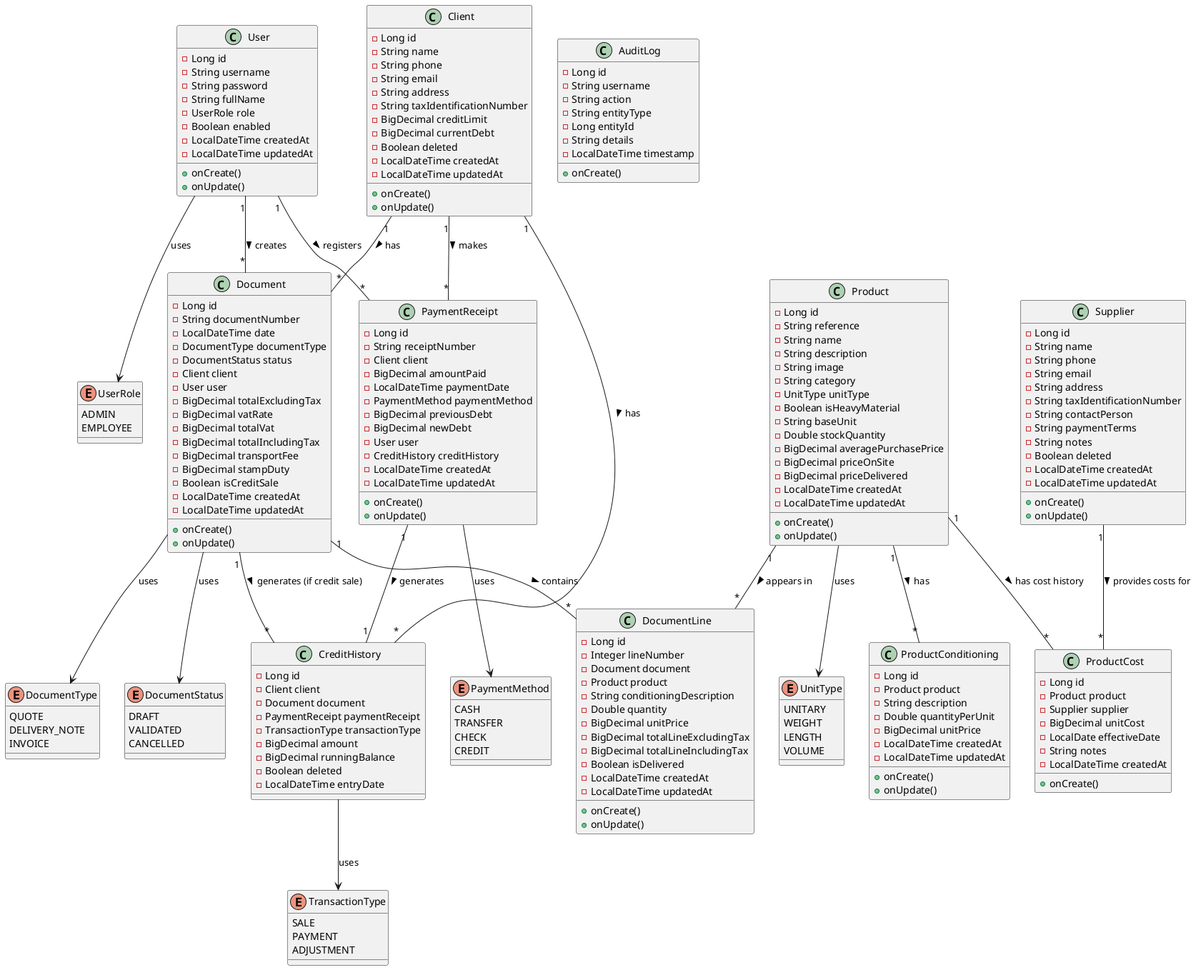
Before: docs/images/Hardware-Store-Class-Diagram.png, a diagram exported from PlantUML (mAmineChniti/hardware_store). Its diagram source:
```plantuml
@startuml Hardware Store Class Diagram


enum UserRole {
  ADMIN
  EMPLOYEE
}

enum UnitType {
  UNITARY
  WEIGHT
  LENGTH
  VOLUME
}

enum DocumentType {
  QUOTE
  DELIVERY_NOTE
  INVOICE
}

enum DocumentStatus {
  DRAFT
  VALIDATED
  CANCELLED
}

enum PaymentMethod {
  CASH
  TRANSFER
  CHECK
  CREDIT
}

enum TransactionType {
  SALE
  PAYMENT
  ADJUSTMENT
}


class User {
  - Long id
  - String username
  - String password
  - String fullName
  - UserRole role
  - Boolean enabled
  - LocalDateTime createdAt
  - LocalDateTime updatedAt
  + onCreate()
  + onUpdate()
}

class Client {
  - Long id
  - String name
  - String phone
  - String email
  - String address
  - String taxIdentificationNumber
  - BigDecimal creditLimit
  - BigDecimal currentDebt
  - Boolean deleted
  - LocalDateTime createdAt
  - LocalDateTime updatedAt
  + onCreate()
  + onUpdate()
}

class Supplier {
  - Long id
  - String name
  - String phone
  - String email
  - String address
  - String taxIdentificationNumber
  - String contactPerson
  - String paymentTerms
  - String notes
  - Boolean deleted
  - LocalDateTime createdAt
  - LocalDateTime updatedAt
  + onCreate()
  + onUpdate()
}

class Product {
  - Long id
  - String reference
  - String name
  - String description
  - String image
  - String category
  - UnitType unitType
  - Boolean isHeavyMaterial
  - String baseUnit
  - Double stockQuantity
  - BigDecimal averagePurchasePrice
  - BigDecimal priceOnSite
  - BigDecimal priceDelivered
  - LocalDateTime createdAt
  - LocalDateTime updatedAt
  + onCreate()
  + onUpdate()
}

class ProductConditioning {
  - Long id
  - Product product
  - String description
  - Double quantityPerUnit
  - BigDecimal unitPrice
  - LocalDateTime createdAt
  - LocalDateTime updatedAt
  + onCreate()
  + onUpdate()
}

class ProductCost {
  - Long id
  - Product product
  - Supplier supplier
  - BigDecimal unitCost
  - LocalDate effectiveDate
  - String notes
  - LocalDateTime createdAt
  + onCreate()
}

class Document {
  - Long id
  - String documentNumber
  - LocalDateTime date
  - DocumentType documentType
  - DocumentStatus status
  - Client client
  - User user
  - BigDecimal totalExcludingTax
  - BigDecimal vatRate
  - BigDecimal totalVat
  - BigDecimal totalIncludingTax
  - BigDecimal transportFee
  - BigDecimal stampDuty
  - Boolean isCreditSale
  - LocalDateTime createdAt
  - LocalDateTime updatedAt
  + onCreate()
  + onUpdate()
}

class DocumentLine {
  - Long id
  - Integer lineNumber
  - Document document
  - Product product
  - String conditioningDescription
  - Double quantity
  - BigDecimal unitPrice
  - BigDecimal totalLineExcludingTax
  - BigDecimal totalLineIncludingTax
  - Boolean isDelivered
  - LocalDateTime createdAt
  - LocalDateTime updatedAt
  + onCreate()
  + onUpdate()
}

class PaymentReceipt {
  - Long id
  - String receiptNumber
  - Client client
  - BigDecimal amountPaid
  - LocalDateTime paymentDate
  - PaymentMethod paymentMethod
  - BigDecimal previousDebt
  - BigDecimal newDebt
  - User user
  - CreditHistory creditHistory
  - LocalDateTime createdAt
  - LocalDateTime updatedAt
  + onCreate()
  + onUpdate()
}

class CreditHistory {
  - Long id
  - Client client
  - Document document
  - PaymentReceipt paymentReceipt
  - TransactionType transactionType
  - BigDecimal amount
  - BigDecimal runningBalance
  - Boolean deleted
  - LocalDateTime entryDate
}

class AuditLog {
  - Long id
  - String username
  - String action
  - String entityType
  - Long entityId
  - String details
  - LocalDateTime timestamp
  + onCreate()
}


User --> UserRole : uses
Product --> UnitType : uses
Document --> DocumentType : uses
Document --> DocumentStatus : uses
PaymentReceipt --> PaymentMethod : uses
CreditHistory --> TransactionType : uses

User "1" -- "*" Document : creates >
User "1" -- "*" PaymentReceipt : registers >

Client "1" -- "*" Document : has >
Client "1" -- "*" PaymentReceipt : makes >
Client "1" -- "*" CreditHistory : has >

Product "1" -- "*" ProductConditioning : has >
Product "1" -- "*" ProductCost : has cost history >
Product "1" -- "*" DocumentLine : appears in >

Supplier "1" -- "*" ProductCost : provides costs for >

Document "1" -- "*" DocumentLine : contains >
Document "1" -- "*" CreditHistory : generates (if credit sale) >

PaymentReceipt "1" -- "1" CreditHistory : generates >

@enduml
```
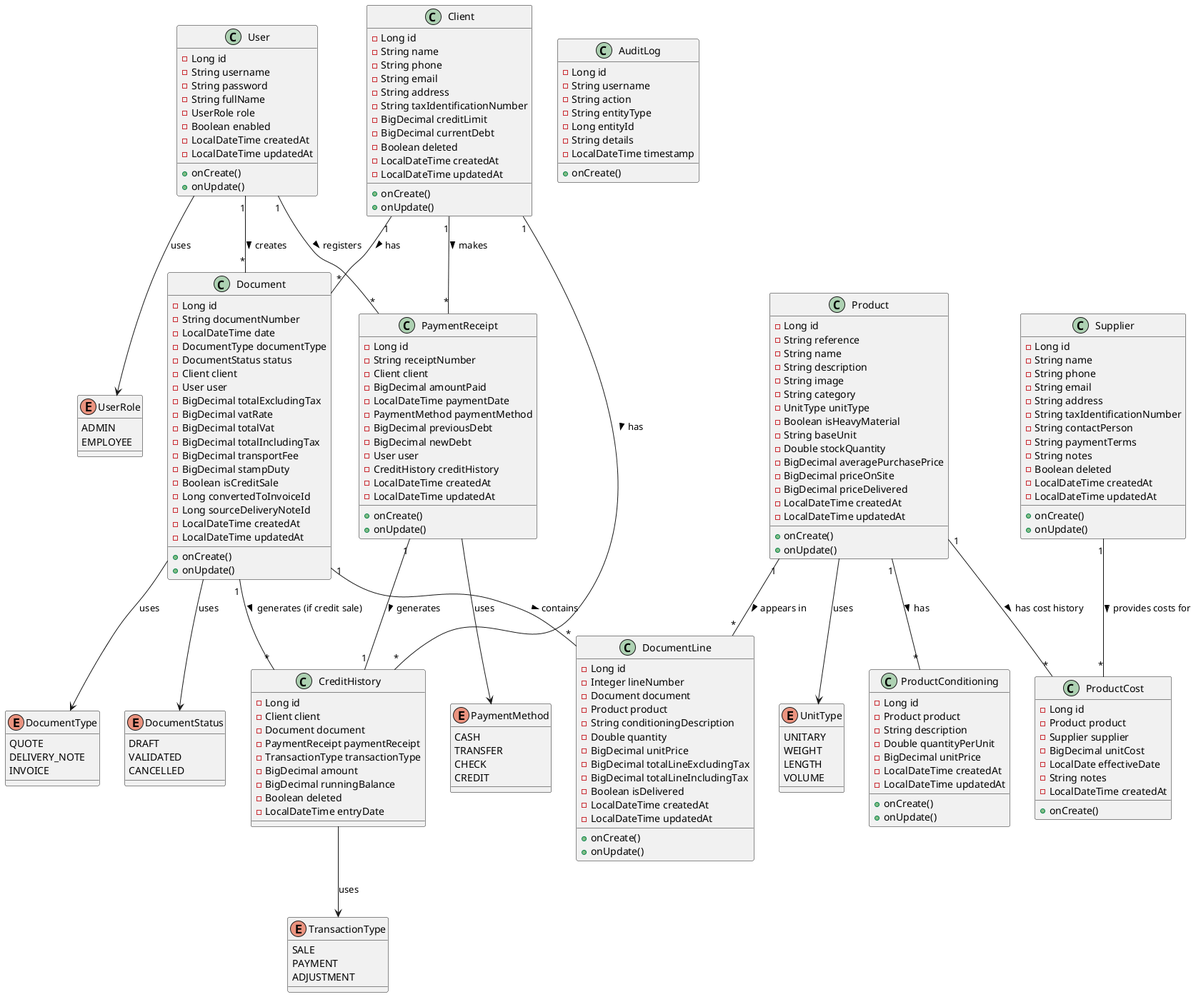
After the change.

What changed in the source:
```diff
@@ -143,6 +143,8 @@
   - BigDecimal transportFee
   - BigDecimal stampDuty
   - Boolean isCreditSale
+  - Long convertedToInvoiceId
+  - Long sourceDeliveryNoteId
   - LocalDateTime createdAt
   - LocalDateTime updatedAt
   + onCreate()
```
